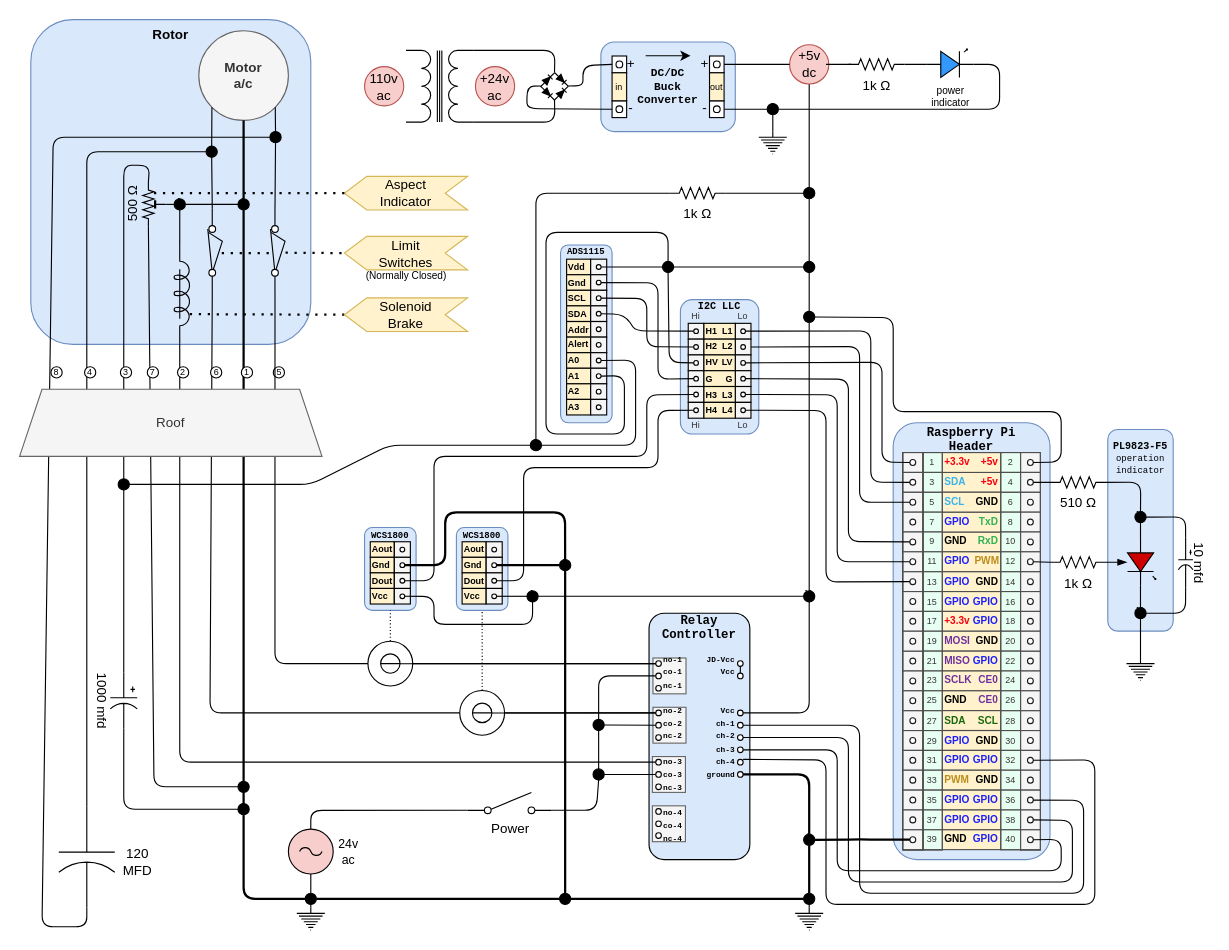
This is readme/rotor.drawio from wryan67/rotor, a draw.io file, before an edit. Source tidied: cells renumbered, new cells numbered last; positions are measured from the earlier drawing's top-left corner, leaving out a move shared by most shapes. Both pictures are drawn from the tidied source at 112%, with x=0, y=0 at pixel (19, 19).
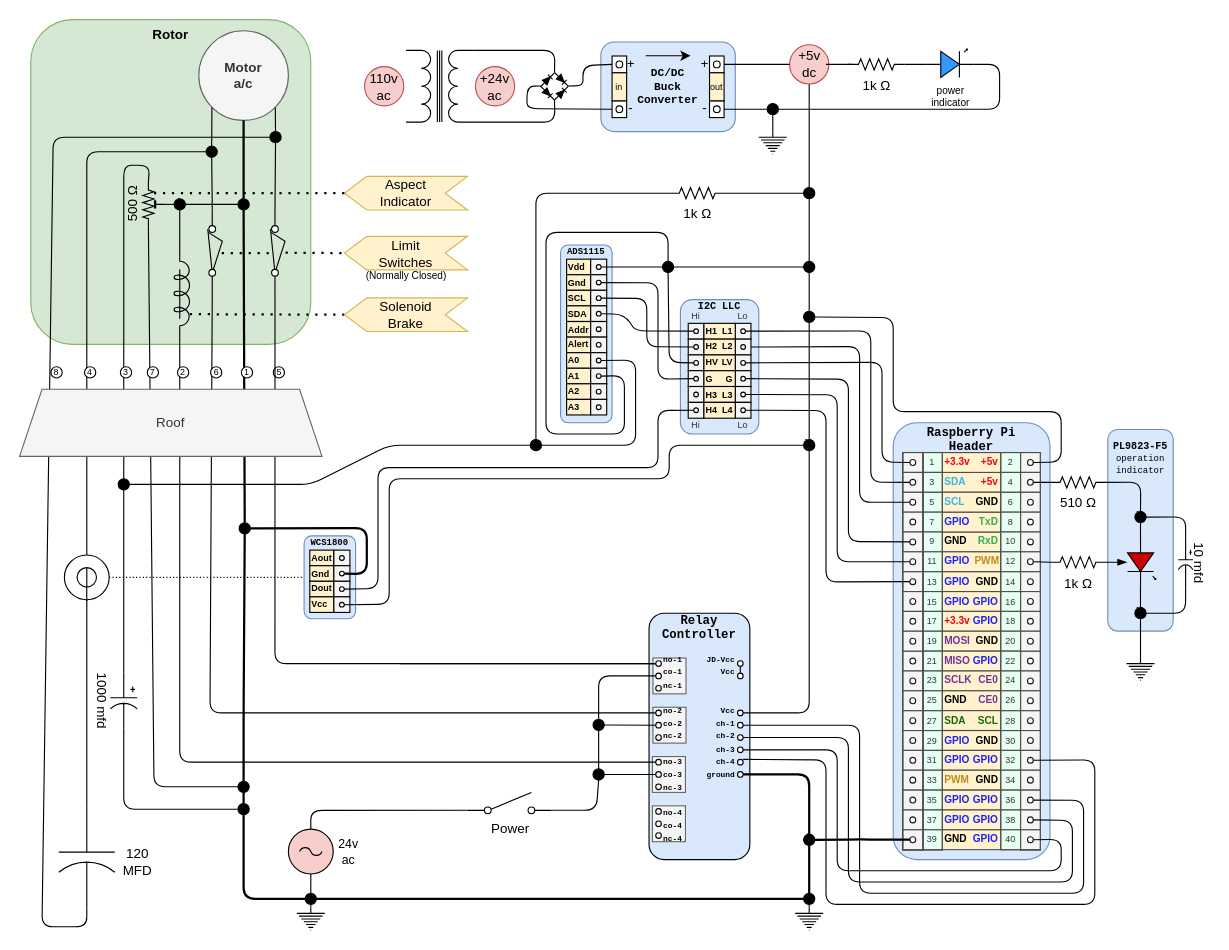
The same diagram, later.

Commit message:
circuit diagram

Unchanged cells that the change refers to:
```xml
<mxCell id="48" style="ellipse;whiteSpace=wrap;html=1;fillColor=#000000;" parent="1" vertex="1">
  <mxGeometry x="255" y="780" width="10" height="10" as="geometry" />
</mxCell>
<mxCell id="72" style="verticalLabelPosition=bottom;shadow=0;dashed=0;align=center;html=1;verticalAlign=top;strokeWidth=1;shape=ellipse;" parent="71" vertex="1">
  <mxGeometry width="5" height="5" as="geometry" />
</mxCell>
<mxCell id="75" style="verticalLabelPosition=bottom;shadow=0;dashed=0;align=center;html=1;verticalAlign=top;strokeWidth=1;shape=ellipse;" parent="71" vertex="1">
  <mxGeometry y="44" width="5" height="5" as="geometry" />
</mxCell>
<mxCell id="106" value="`" style="ellipse;whiteSpace=wrap;html=1;fillColor=#000000;" parent="1" vertex="1">
  <mxGeometry x="195" y="160" width="10" height="10" as="geometry" />
</mxCell>
<mxCell id="356" value="`" style="ellipse;whiteSpace=wrap;html=1;fillColor=#000000;" parent="1" vertex="1">
  <mxGeometry x="700" y="780" width="10" height="10" as="geometry" />
</mxCell>
<mxCell id="360" value="`" style="ellipse;whiteSpace=wrap;html=1;fillColor=#000000;" parent="1" vertex="1">
  <mxGeometry x="195" y="680" width="10" height="10" as="geometry" />
</mxCell>
<mxCell id="422" style="verticalLabelPosition=bottom;shadow=0;dashed=0;align=center;html=1;verticalAlign=top;strokeWidth=1;shape=ellipse;fontSize=12;" parent="402" vertex="1">
  <mxGeometry x="11.9" y="82.6" width="4.2" height="4.2" as="geometry" />
</mxCell>
<mxCell id="426" style="verticalLabelPosition=bottom;shadow=0;dashed=0;align=center;html=1;verticalAlign=top;strokeWidth=1;shape=ellipse;fontSize=12;" parent="402" vertex="1">
  <mxGeometry x="11.9" y="96.7" width="4.2" height="4.2" as="geometry" />
</mxCell>
```

Change to the diagram source:
```diff
@@
-    <mxCell id="44" value="Rotor" style="rounded=1;whiteSpace=wrap;html=1;verticalAlign=top;fillColor=#dae8fc;strokeColor=#6c8ebf;fontStyle=1;" parent="1" vertex="1">
+    <mxCell id="44" value="Rotor" style="rounded=1;whiteSpace=wrap;html=1;verticalAlign=top;fillColor=#d5e8d4;strokeColor=#82b366;fontStyle=1;" parent="1" vertex="1">
       <mxGeometry x="10" width="250" height="290" as="geometry" />
     </mxCell>
@@
-    <mxCell id="46" style="endArrow=none;html=1;entryX=0.5;entryY=1;entryDx=0;entryDy=0;exitX=0.5;exitY=0;exitDx=0;exitDy=0;fontStyle=1;strokeWidth=2;" parent="1" edge="1" source="360" target="106">
-      <mxGeometry relative="1" as="geometry">
-        <Array as="points">
-          <mxPoint x="200" y="620" />
-        </Array>
-      </mxGeometry>
+    <mxCell id="46" style="endArrow=none;html=1;entryX=0.5;entryY=1;entryDx=0;entryDy=0;exitX=0.5;exitY=0;exitDx=0;exitDy=0;fontStyle=1;strokeWidth=2;" parent="1" edge="1" source="551" target="106">
+      <mxGeometry relative="1" as="geometry" />
     </mxCell>
@@
-    <mxCell id="59" style="endArrow=none;html=1;labelBackgroundColor=none;fillColor=#ffffff;gradientColor=#990000;fontColor=#FFFF00;exitX=1;exitY=0.5;exitDx=0;exitDy=0;strokeWidth=2;entryX=0;entryY=0.5;entryDx=0;entryDy=0;" parent="1" edge="1" source="518" target="356">
+    <mxCell id="59" style="endArrow=none;html=1;labelBackgroundColor=none;fillColor=#ffffff;gradientColor=#990000;fontColor=#FFFF00;exitX=1;exitY=0.5;exitDx=0;exitDy=0;strokeWidth=2;entryX=0;entryY=0.5;entryDx=0;entryDy=0;" parent="1" edge="1" source="48" target="356">
       <mxGeometry relative="1" as="geometry" />
     </mxCell>
@@
-    <mxCell id="465" value="&lt;blockquote style=&quot;margin: 0px 0px 0px 40px ; border: none ; padding: 0px ; font-size: 8px&quot;&gt;&lt;/blockquote&gt;&lt;span style=&quot;font-size: 8px&quot;&gt;&lt;div style=&quot;font-size: 8px&quot;&gt;WCS1800&lt;/div&gt;&lt;/span&gt;" style="rounded=1;whiteSpace=wrap;html=1;shadow=0;dashed=0;labelBackgroundColor=none;fontFamily=Courier New;fontSize=8;align=center;strokeColor=#6c8ebf;fillColor=#dae8fc;fontStyle=1;verticalAlign=top;spacingTop=-5;" parent="1" vertex="1">
-      <mxGeometry x="308" y="453.5" width="46" height="74" as="geometry" />
-    </mxCell>
-    <mxCell id="466" style="rounded=0;whiteSpace=wrap;html=1;strokeColor=#000000;fillColor=#fff2cc;fontSize=8;align=center;" parent="1" vertex="1">
-      <mxGeometry x="313.1" y="466.2" width="21.4" height="13.9" as="geometry" />
-    </mxCell>
-    <mxCell id="467" value="Aout" style="text;html=1;strokeColor=none;fillColor=none;align=left;verticalAlign=middle;whiteSpace=wrap;rounded=0;fontSize=8;fontStyle=1;" parent="1" vertex="1">
-      <mxGeometry x="313.1" y="466.2" width="21.4" height="13.9" as="geometry" />
-    </mxCell>
-    <mxCell id="468" style="rounded=0;whiteSpace=wrap;html=1;strokeColor=#000000;fillColor=#fff2cc;fontSize=8;align=center;" parent="1" vertex="1">
-      <mxGeometry x="313.1" y="480.1" width="21.4" height="13.9" as="geometry" />
-    </mxCell>
-    <mxCell id="469" value="Gnd" style="text;html=1;strokeColor=none;fillColor=none;align=left;verticalAlign=middle;whiteSpace=wrap;rounded=0;fontSize=8;fontStyle=1;" parent="1" vertex="1">
-      <mxGeometry x="313.1" y="480.1" width="21.4" height="13.9" as="geometry" />
-    </mxCell>
-    <mxCell id="470" style="rounded=0;whiteSpace=wrap;html=1;strokeColor=#000000;fillColor=#fff2cc;fontSize=8;align=center;" parent="1" vertex="1">
-      <mxGeometry x="313.1" y="494" width="21.4" height="13.9" as="geometry" />
-    </mxCell>
-    <mxCell id="471" value="Dout" style="text;html=1;strokeColor=none;fillColor=none;align=left;verticalAlign=middle;whiteSpace=wrap;rounded=0;fontSize=8;fontStyle=1;" parent="1" vertex="1">
-      <mxGeometry x="313.1" y="494" width="21.4" height="13.9" as="geometry" />
-    </mxCell>
-    <mxCell id="472" style="rounded=0;whiteSpace=wrap;html=1;strokeColor=#000000;fillColor=#fff2cc;fontSize=8;align=center;" parent="1" vertex="1">
-      <mxGeometry x="313.1" y="507.9" width="21.4" height="13.9" as="geometry" />
-    </mxCell>
-    <mxCell id="473" value="Vcc" style="text;html=1;strokeColor=none;fillColor=none;align=left;verticalAlign=middle;whiteSpace=wrap;rounded=0;fontSize=8;fontStyle=1;" parent="1" vertex="1">
-      <mxGeometry x="313.1" y="507.9" width="21.4" height="13.9" as="geometry" />
-    </mxCell>
-    <mxCell id="474" style="rounded=0;whiteSpace=wrap;html=1;strokeColor=#000000;fillColor=#f5f5f5;fontSize=8;align=center;fontColor=#333333;" parent="1" vertex="1">
-      <mxGeometry x="334.6" y="466.2" width="14.3" height="13.9" as="geometry" />
-    </mxCell>
-    <mxCell id="475" style="verticalLabelPosition=bottom;shadow=0;dashed=0;align=center;html=1;verticalAlign=top;strokeWidth=1;shape=ellipse;fontSize=12;" parent="1" vertex="1">
-      <mxGeometry x="339.6" y="471.1" width="4.3" height="4.2" as="geometry" />
-    </mxCell>
-    <mxCell id="476" style="rounded=0;whiteSpace=wrap;html=1;strokeColor=#000000;fillColor=#f5f5f5;fontSize=8;align=center;fontColor=#333333;" parent="1" vertex="1">
-      <mxGeometry x="334.6" y="480.1" width="14.3" height="13.9" as="geometry" />
-    </mxCell>
-    <mxCell id="477" style="verticalLabelPosition=bottom;shadow=0;dashed=0;align=center;html=1;verticalAlign=top;strokeWidth=1;shape=ellipse;fontSize=12;" parent="1" vertex="1">
-      <mxGeometry x="339.6" y="485" width="4.3" height="4.2" as="geometry" />
-    </mxCell>
-    <mxCell id="478" style="rounded=0;whiteSpace=wrap;html=1;strokeColor=#000000;fillColor=#f5f5f5;fontSize=8;align=center;fontColor=#333333;" parent="1" vertex="1">
-      <mxGeometry x="334.6" y="494" width="14.3" height="13.9" as="geometry" />
-    </mxCell>
-    <mxCell id="479" style="verticalLabelPosition=bottom;shadow=0;dashed=0;align=center;html=1;verticalAlign=top;strokeWidth=1;shape=ellipse;fontSize=12;" parent="1" vertex="1">
-      <mxGeometry x="339.6" y="498.9" width="4.3" height="4.2" as="geometry" />
-    </mxCell>
-    <mxCell id="480" style="rounded=0;whiteSpace=wrap;html=1;strokeColor=#000000;fillColor=#f5f5f5;fontSize=8;align=center;fontColor=#333333;" parent="1" vertex="1">
-      <mxGeometry x="334.6" y="507.9" width="14.3" height="13.9" as="geometry" />
-    </mxCell>
-    <mxCell id="481" style="verticalLabelPosition=bottom;shadow=0;dashed=0;align=center;html=1;verticalAlign=top;strokeWidth=1;shape=ellipse;fontSize=12;" parent="1" vertex="1">
-      <mxGeometry x="339.6" y="512.8" width="4.3" height="4.2" as="geometry" />
-    </mxCell>
-    <mxCell id="482" style="jettySize=auto;html=1;entryX=0.5;entryY=1;entryDx=0;entryDy=0;rounded=0;dashed=1;dashPattern=1 2;endArrow=none;endFill=0;" parent="1" edge="1" source="503" target="465">
-      <mxGeometry relative="1" as="geometry" />
-    </mxCell>
     <mxCell id="483" value="&lt;blockquote style=&quot;margin: 0px 0px 0px 40px ; border: none ; padding: 0px ; font-size: 8px&quot;&gt;&lt;/blockquote&gt;&lt;span style=&quot;font-size: 8px&quot;&gt;&lt;div style=&quot;font-size: 8px&quot;&gt;WCS1800&lt;/div&gt;&lt;/span&gt;" style="rounded=1;whiteSpace=wrap;html=1;shadow=0;dashed=0;labelBackgroundColor=none;fontFamily=Courier New;fontSize=8;align=center;strokeColor=#6c8ebf;fillColor=#dae8fc;fontStyle=1;verticalAlign=top;spacingTop=-5;" parent="1" vertex="1">
-      <mxGeometry x="390" y="453.5" width="46" height="74" as="geometry" />
+      <mxGeometry x="254" y="461" width="46" height="74" as="geometry" />
     </mxCell>
     <mxCell id="484" style="rounded=0;whiteSpace=wrap;html=1;strokeColor=#000000;fillColor=#fff2cc;fontSize=8;align=center;" parent="1" vertex="1">
-      <mxGeometry x="395.1" y="466.2" width="21.4" height="13.9" as="geometry" />
+      <mxGeometry x="259.1" y="473.7" width="21.4" height="13.9" as="geometry" />
     </mxCell>
     <mxCell id="485" value="Aout" style="text;html=1;strokeColor=none;fillColor=none;align=left;verticalAlign=middle;whiteSpace=wrap;rounded=0;fontSize=8;fontStyle=1;" parent="1" vertex="1">
-      <mxGeometry x="395.1" y="466.2" width="21.4" height="13.9" as="geometry" />
+      <mxGeometry x="259.1" y="473.7" width="21.4" height="13.9" as="geometry" />
     </mxCell>
     <mxCell id="486" style="rounded=0;whiteSpace=wrap;html=1;strokeColor=#000000;fillColor=#fff2cc;fontSize=8;align=center;" parent="1" vertex="1">
-      <mxGeometry x="395.1" y="480.1" width="21.4" height="13.9" as="geometry" />
+      <mxGeometry x="259.1" y="487.6" width="21.4" height="13.9" as="geometry" />
     </mxCell>
     <mxCell id="487" value="Gnd" style="text;html=1;strokeColor=none;fillColor=none;align=left;verticalAlign=middle;whiteSpace=wrap;rounded=0;fontSize=8;fontStyle=1;" parent="1" vertex="1">
-      <mxGeometry x="395.1" y="480.1" width="21.4" height="13.9" as="geometry" />
+      <mxGeometry x="259.1" y="487.6" width="21.4" height="13.9" as="geometry" />
     </mxCell>
     <mxCell id="488" style="rounded=0;whiteSpace=wrap;html=1;strokeColor=#000000;fillColor=#fff2cc;fontSize=8;align=center;" parent="1" vertex="1">
-      <mxGeometry x="395.1" y="494" width="21.4" height="13.9" as="geometry" />
+      <mxGeometry x="259.1" y="501.5" width="21.4" height="13.9" as="geometry" />
     </mxCell>
     <mxCell id="489" value="Dout" style="text;html=1;strokeColor=none;fillColor=none;align=left;verticalAlign=middle;whiteSpace=wrap;rounded=0;fontSize=8;fontStyle=1;" parent="1" vertex="1">
-      <mxGeometry x="395.1" y="494" width="21.4" height="13.9" as="geometry" />
+      <mxGeometry x="259.1" y="501.5" width="21.4" height="13.9" as="geometry" />
     </mxCell>
     <mxCell id="490" style="rounded=0;whiteSpace=wrap;html=1;strokeColor=#000000;fillColor=#fff2cc;fontSize=8;align=center;" parent="1" vertex="1">
-      <mxGeometry x="395.1" y="507.9" width="21.4" height="13.9" as="geometry" />
+      <mxGeometry x="259.1" y="515.4" width="21.4" height="13.9" as="geometry" />
     </mxCell>
     <mxCell id="491" value="Vcc" style="text;html=1;strokeColor=none;fillColor=none;align=left;verticalAlign=middle;whiteSpace=wrap;rounded=0;fontSize=8;fontStyle=1;" parent="1" vertex="1">
-      <mxGeometry x="395.1" y="507.9" width="21.4" height="13.9" as="geometry" />
+      <mxGeometry x="259.1" y="515.4" width="21.4" height="13.9" as="geometry" />
     </mxCell>
     <mxCell id="492" style="rounded=0;whiteSpace=wrap;html=1;strokeColor=#000000;fillColor=#f5f5f5;fontSize=8;align=center;fontColor=#333333;" parent="1" vertex="1">
-      <mxGeometry x="416.6" y="466.2" width="14.3" height="13.9" as="geometry" />
+      <mxGeometry x="280.6" y="473.7" width="14.3" height="13.9" as="geometry" />
     </mxCell>
     <mxCell id="493" style="verticalLabelPosition=bottom;shadow=0;dashed=0;align=center;html=1;verticalAlign=top;strokeWidth=1;shape=ellipse;fontSize=12;" parent="1" vertex="1">
-      <mxGeometry x="421.6" y="471.1" width="4.3" height="4.2" as="geometry" />
+      <mxGeometry x="285.6" y="478.6" width="4.3" height="4.2" as="geometry" />
     </mxCell>
     <mxCell id="494" style="rounded=0;whiteSpace=wrap;html=1;strokeColor=#000000;fillColor=#f5f5f5;fontSize=8;align=center;fontColor=#333333;" parent="1" vertex="1">
-      <mxGeometry x="416.6" y="480.1" width="14.3" height="13.9" as="geometry" />
+      <mxGeometry x="280.6" y="487.6" width="14.3" height="13.9" as="geometry" />
     </mxCell>
     <mxCell id="495" style="verticalLabelPosition=bottom;shadow=0;dashed=0;align=center;html=1;verticalAlign=top;strokeWidth=1;shape=ellipse;fontSize=12;" parent="1" vertex="1">
-      <mxGeometry x="421.6" y="485" width="4.3" height="4.2" as="geometry" />
+      <mxGeometry x="285.6" y="492.5" width="4.3" height="4.2" as="geometry" />
     </mxCell>
     <mxCell id="496" style="rounded=0;whiteSpace=wrap;html=1;strokeColor=#000000;fillColor=#f5f5f5;fontSize=8;align=center;fontColor=#333333;" parent="1" vertex="1">
-      <mxGeometry x="416.6" y="494" width="14.3" height="13.9" as="geometry" />
+      <mxGeometry x="280.6" y="501.5" width="14.3" height="13.9" as="geometry" />
     </mxCell>
     <mxCell id="497" style="verticalLabelPosition=bottom;shadow=0;dashed=0;align=center;html=1;verticalAlign=top;strokeWidth=1;shape=ellipse;fontSize=12;" parent="1" vertex="1">
-      <mxGeometry x="421.6" y="498.9" width="4.3" height="4.2" as="geometry" />
+      <mxGeometry x="285.6" y="506.4" width="4.3" height="4.2" as="geometry" />
     </mxCell>
     <mxCell id="498" style="rounded=0;whiteSpace=wrap;html=1;strokeColor=#000000;fillColor=#f5f5f5;fontSize=8;align=center;fontColor=#333333;" parent="1" vertex="1">
-      <mxGeometry x="416.6" y="507.9" width="14.3" height="13.9" as="geometry" />
+      <mxGeometry x="280.6" y="515.4" width="14.3" height="13.9" as="geometry" />
     </mxCell>
     <mxCell id="499" style="verticalLabelPosition=bottom;shadow=0;dashed=0;align=center;html=1;verticalAlign=top;strokeWidth=1;shape=ellipse;fontSize=12;" parent="1" vertex="1">
-      <mxGeometry x="421.6" y="512.8" width="4.3" height="4.2" as="geometry" />
+      <mxGeometry x="285.6" y="520.3" width="4.3" height="4.2" as="geometry" />
     </mxCell>
-    <mxCell id="500" style="jettySize=auto;html=1;entryX=0.5;entryY=1;entryDx=0;entryDy=0;rounded=0;dashed=1;dashPattern=1 2;endArrow=none;endFill=0;" parent="1" edge="1" source="501" target="483">
+    <mxCell id="500" style="jettySize=auto;html=1;entryX=0;entryY=0.5;entryDx=0;entryDy=0;rounded=0;dashed=1;dashPattern=1 2;endArrow=none;endFill=0;" parent="1" edge="1" source="501" target="483">
       <mxGeometry relative="1" as="geometry" />
     </mxCell>
     <mxCell id="501" style="verticalLabelPosition=bottom;verticalAlign=top;html=1;shape=mxgraph.basic.donut;dx=11.33;" parent="1" vertex="1">
-      <mxGeometry x="393" y="599" width="40" height="40" as="geometry" />
+      <mxGeometry x="40" y="478" width="40" height="40" as="geometry" />
     </mxCell>
@@
-    <mxCell id="503" style="verticalLabelPosition=bottom;verticalAlign=top;html=1;shape=mxgraph.basic.donut;dx=11.33;" parent="1" vertex="1">
-      <mxGeometry x="311" y="555" width="40" height="40" as="geometry" />
-    </mxCell>
-    <mxCell id="504" style="endArrow=none;html=1;entryX=0;entryY=0.5;entryDx=0;entryDy=0;exitX=0.715;exitY=0.502;exitDx=0;exitDy=0;exitPerimeter=0;" parent="1" edge="1" source="501" target="75">
-      <mxGeometry relative="1" as="geometry" />
-    </mxCell>
-    <mxCell id="505" style="endArrow=none;html=1;entryX=0;entryY=0.5;entryDx=0;entryDy=0;exitX=0.715;exitY=0.502;exitDx=0;exitDy=0;exitPerimeter=0;" parent="1" edge="1" source="503" target="72">
-      <mxGeometry relative="1" as="geometry" />
+    <mxCell id="505" style="endArrow=none;html=1;entryX=0;entryY=0.5;entryDx=0;entryDy=0;exitX=0.715;exitY=0.502;exitDx=0;exitDy=0;exitPerimeter=0;" parent="1" edge="1" target="72">
+      <mxGeometry relative="1" as="geometry">
+        <mxPoint x="339.6" y="575.1" as="sourcePoint" />
+      </mxGeometry>
     </mxCell>
-    <mxCell id="506" style="endArrow=none;html=1;exitX=1;exitY=0.5;exitDx=0;exitDy=0;entryX=0;entryY=0.5;entryDx=0;entryDy=0;" parent="1" edge="1" source="479" target="422">
-      <mxGeometry relative="1" as="geometry">
-        <Array as="points">
-          <mxPoint x="370" y="501" />
-          <mxPoint x="370" y="390" />
-          <mxPoint x="560" y="390" />
-          <mxPoint x="560" y="335" />
-        </Array>
-      </mxGeometry>
-    </mxCell>
     <mxCell id="507" style="endArrow=none;html=1;exitX=1;exitY=0.5;exitDx=0;exitDy=0;entryX=0;entryY=0.5;entryDx=0;entryDy=0;" parent="1" edge="1" source="497" target="426">
       <mxGeometry relative="1" as="geometry">
         <Array as="points">
-          <mxPoint x="450" y="501" />
-          <mxPoint x="450" y="400" />
+          <mxPoint x="320" y="508" />
+          <mxPoint x="320" y="400" />
           <mxPoint x="570" y="400" />
           <mxPoint x="570" y="349" />
         </Array>
       </mxGeometry>
     </mxCell>
@@
     <mxCell id="509" value="``" style="ellipse;whiteSpace=wrap;html=1;fillColor=#000000;" parent="1" vertex="1">
-      <mxGeometry x="700" y="509.9" width="10" height="10" as="geometry" />
+      <mxGeometry x="700" y="375" width="10" height="10" as="geometry" />
     </mxCell>
-    <mxCell id="510" style="endArrow=none;html=1;entryX=0;entryY=0.5;entryDx=0;entryDy=0;exitX=1;exitY=0.5;exitDx=0;exitDy=0;" parent="1" edge="1" source="511" target="509">
-      <mxGeometry relative="1" as="geometry" />
+    <mxCell id="510" style="endArrow=none;html=1;entryX=0;entryY=0.5;entryDx=0;entryDy=0;exitX=1;exitY=0.5;exitDx=0;exitDy=0;" parent="1" edge="1" source="499" target="509">
+      <mxGeometry relative="1" as="geometry">
+        <Array as="points">
+          <mxPoint x="330" y="522" />
+          <mxPoint x="330" y="410" />
+          <mxPoint x="580" y="410" />
+          <mxPoint x="580" y="380" />
+        </Array>
+      </mxGeometry>
     </mxCell>
-    <mxCell id="511" value="`" style="ellipse;whiteSpace=wrap;html=1;fillColor=#000000;" parent="1" vertex="1">
-      <mxGeometry x="453" y="509.9" width="10" height="10" as="geometry" />
-    </mxCell>
-    <mxCell id="512" style="endArrow=none;html=1;entryX=0.5;entryY=1;entryDx=0;entryDy=0;exitX=1;exitY=0.5;exitDx=0;exitDy=0;" parent="1" edge="1" source="481" target="511">
-      <mxGeometry relative="1" as="geometry">
-        <Array as="points">
-          <mxPoint x="370" y="515" />
-          <mxPoint x="370" y="540" />
-          <mxPoint x="458" y="540" />
-        </Array>
-      </mxGeometry>
-    </mxCell>
-    <mxCell id="513" style="endArrow=none;html=1;exitX=1;exitY=0.5;exitDx=0;exitDy=0;entryX=0;entryY=0.5;entryDx=0;entryDy=0;" parent="1" edge="1" source="499" target="511">
-      <mxGeometry relative="1" as="geometry" />
-    </mxCell>
-    <mxCell id="514" style="endArrow=none;html=1;exitX=1;exitY=0.5;exitDx=0;exitDy=0;entryX=0.5;entryY=0;entryDx=0;entryDy=0;strokeWidth=2;" parent="1" edge="1" source="477" target="515">
-      <mxGeometry relative="1" as="geometry">
-        <Array as="points">
-          <mxPoint x="380" y="487" />
-          <mxPoint x="380" y="440" />
-          <mxPoint x="487" y="440" />
-        </Array>
-      </mxGeometry>
-    </mxCell>
-    <mxCell id="515" value="`" style="ellipse;whiteSpace=wrap;html=1;fillColor=#000000;" parent="1" vertex="1">
-      <mxGeometry x="482.1" y="482.1" width="10" height="10" as="geometry" />
-    </mxCell>
-    <mxCell id="516" style="endArrow=none;html=1;exitX=1;exitY=0.5;exitDx=0;exitDy=0;entryX=0;entryY=0.5;entryDx=0;entryDy=0;strokeWidth=2;" parent="1" edge="1" source="495" target="515">
-      <mxGeometry relative="1" as="geometry" />
-    </mxCell>
-    <mxCell id="517" style="endArrow=none;html=1;exitX=0.5;exitY=1;exitDx=0;exitDy=0;entryX=0.5;entryY=0;entryDx=0;entryDy=0;strokeWidth=2;" parent="1" edge="1" source="515" target="518">
-      <mxGeometry relative="1" as="geometry" />
-    </mxCell>
-    <mxCell id="518" value="`" style="ellipse;whiteSpace=wrap;html=1;fillColor=#000000;" parent="1" vertex="1">
-      <mxGeometry x="482.1" y="780" width="10" height="10" as="geometry" />
-    </mxCell>
-    <mxCell id="519" style="endArrow=none;html=1;entryX=0;entryY=0.5;entryDx=0;entryDy=0;exitX=1;exitY=0.5;exitDx=0;exitDy=0;strokeWidth=2;" parent="1" edge="1" source="48" target="518">
-      <mxGeometry relative="1" as="geometry" />
+    <mxCell id="519" style="endArrow=none;html=1;entryX=1;entryY=0.5;entryDx=0;entryDy=0;strokeWidth=2;exitX=1;exitY=0.5;exitDx=0;exitDy=0;" parent="1" edge="1" source="495" target="551">
+      <mxGeometry relative="1" as="geometry">
+        <Array as="points">
+          <mxPoint x="310" y="495" />
+          <mxPoint x="310" y="454" />
+        </Array>
+      </mxGeometry>
     </mxCell>
@@
+    <mxCell id="551" style="ellipse;whiteSpace=wrap;html=1;fillColor=#000000;" parent="1" vertex="1">
+      <mxGeometry x="196" y="449.2" width="10" height="10" as="geometry" />
+    </mxCell>
+    <mxCell id="552" style="endArrow=none;html=1;entryX=0.5;entryY=1;entryDx=0;entryDy=0;exitX=0.5;exitY=0;exitDx=0;exitDy=0;fontStyle=1;strokeWidth=2;" parent="1" edge="1" source="360" target="551">
+      <mxGeometry relative="1" as="geometry">
+        <Array as="points">
+          <mxPoint x="200" y="620" />
+        </Array>
+      </mxGeometry>
+    </mxCell>
+    <mxCell id="553" style="endArrow=none;html=1;strokeWidth=1;entryX=0.498;entryY=0.723;entryDx=0;entryDy=0;entryPerimeter=0;" parent="1" edge="1" target="501">
+      <mxGeometry relative="1" as="geometry">
+        <mxPoint x="60" y="519" as="sourcePoint" />
+      </mxGeometry>
+    </mxCell>
```
